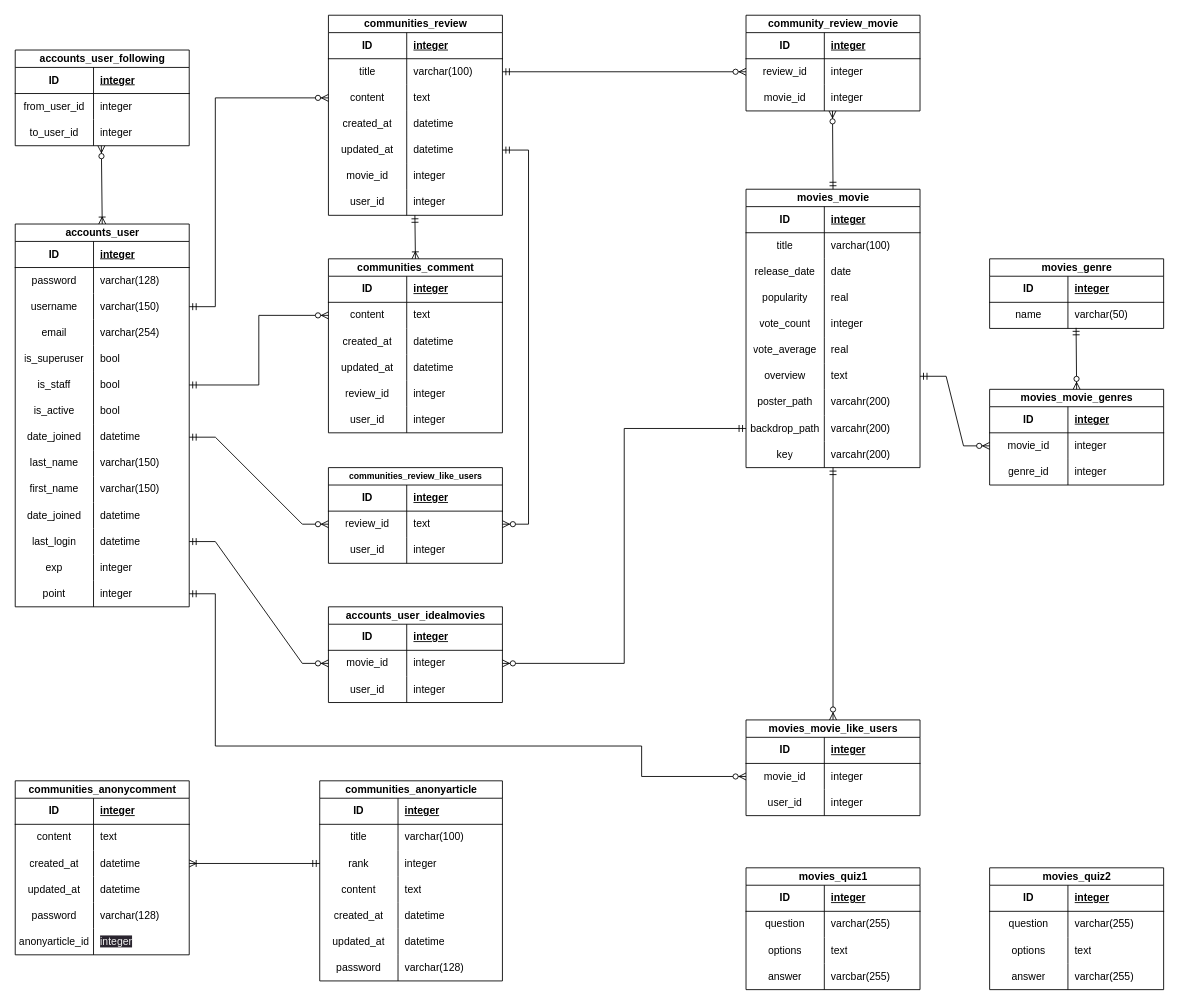
KimBeomGi/KimMovie keeps this draw.io diagram as MOVIE_ERD.drawio. Above is the earlier version. Source tidied: cells renumbered, new cells numbered last; positions are measured from the earlier drawing's top-left corner, leaving out a move shared by most shapes. Both pictures are drawn from the tidied source at 87%, with x=0, y=0 at pixel (15, 15).
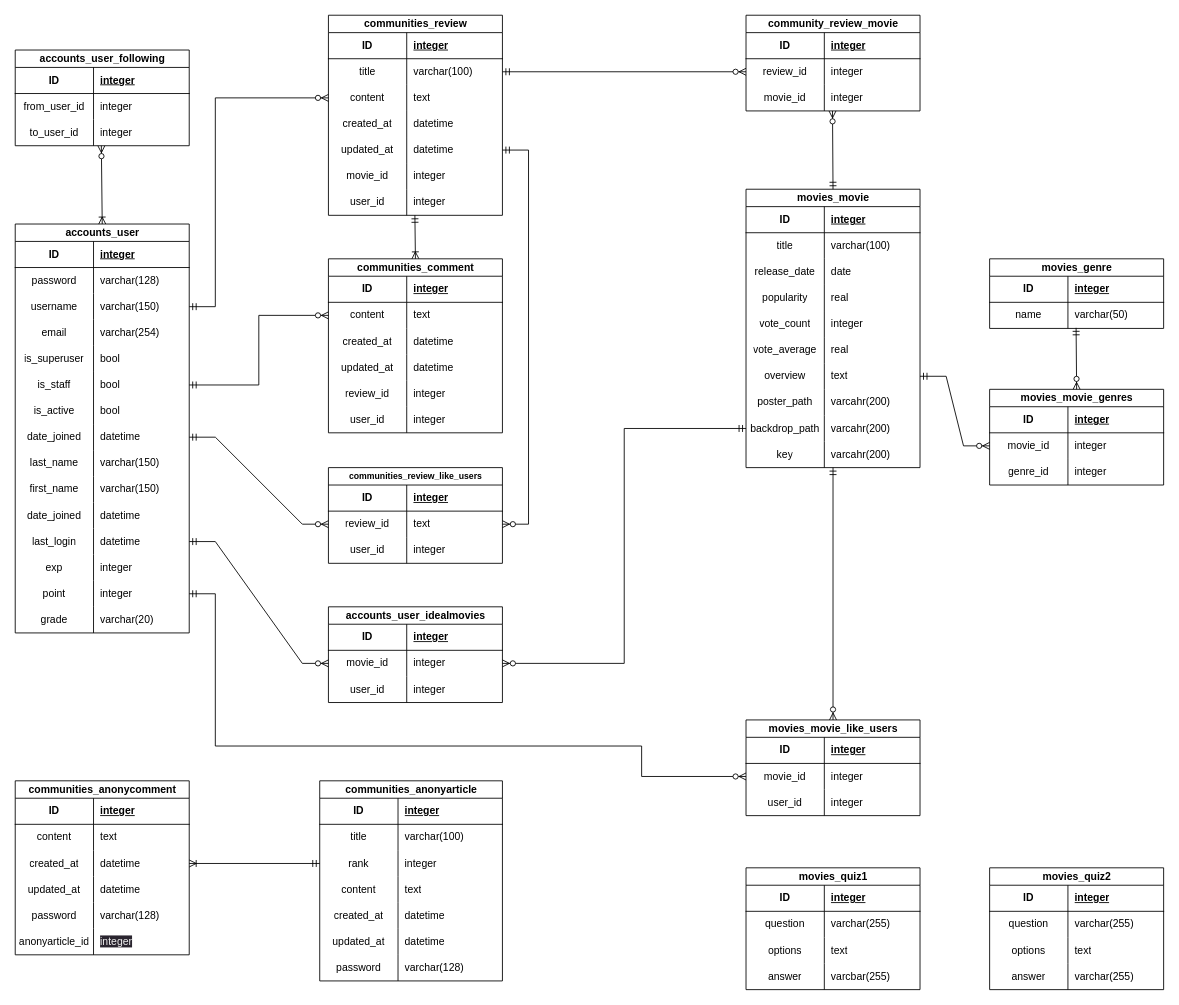
The same page after the edit.

Diff of the diagram source:
```diff
@@
     <mxCell id="2" value="accounts_user" style="shape=table;startSize=20;childLayout=tableLayout;rowLines=0;fontStyle=1;align=center;html=1;labelBackgroundColor=none;" parent="1" vertex="1">
-      <mxGeometry y="240" width="200" height="440" as="geometry" />
+      <mxGeometry y="240" width="200" height="470" as="geometry" />
     </mxCell>
@@
+    <mxCell id="266" style="shape=tableRow;horizontal=0;startSize=0;swimlaneHead=0;swimlaneBody=0;fillColor=none;top=0;left=0;right=0;bottom=0;labelBackgroundColor=none;" parent="2" vertex="1">
+      <mxGeometry y="440" width="200" height="30" as="geometry" />
+    </mxCell>
+    <mxCell id="267" value="grade" style="shape=partialRectangle;fillColor=none;top=0;left=0;bottom=0;right=0;overflow=hidden;whiteSpace=wrap;html=1;labelBackgroundColor=none;" parent="266" vertex="1">
+      <mxGeometry width="90" height="30" as="geometry" />
+    </mxCell>
+    <mxCell id="268" value="varchar(20)" style="shape=partialRectangle;fillColor=none;top=0;left=0;bottom=0;right=0;align=left;spacingLeft=6;overflow=hidden;whiteSpace=wrap;html=1;labelBackgroundColor=none;" parent="266" vertex="1">
+      <mxGeometry x="90" width="110" height="30" as="geometry" />
+    </mxCell>
```
